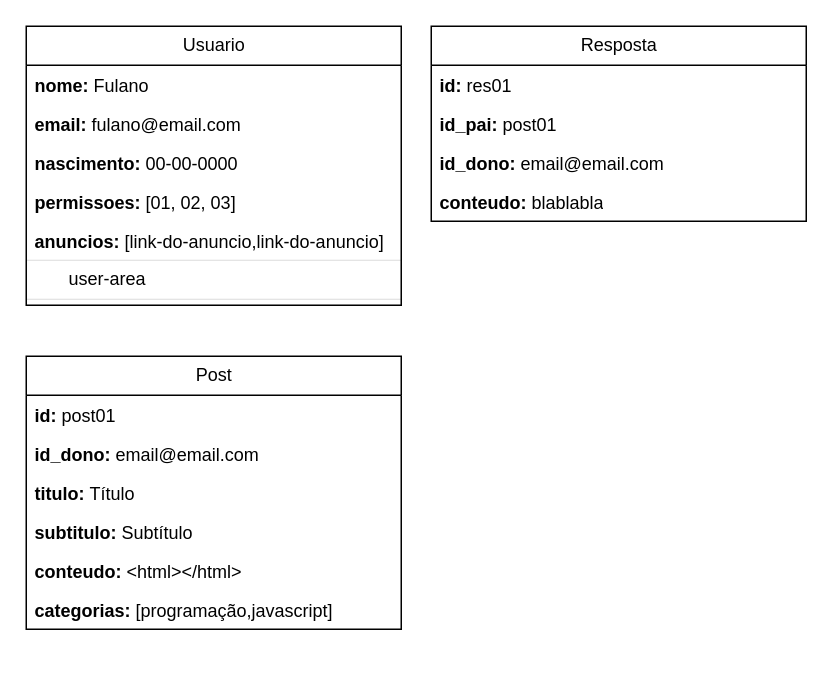
Before: planejamento/modelagem.drawio in DeivRicardoSS/projeto-blog-vscode, a draw.io diagram. Source tidied: cells renumbered, new cells numbered last; positions are measured from the earlier drawing's top-left corner, leaving out a move shared by most shapes. Both pictures are drawn from the tidied source at 150%, with x=0, y=0 at pixel (26, 26).
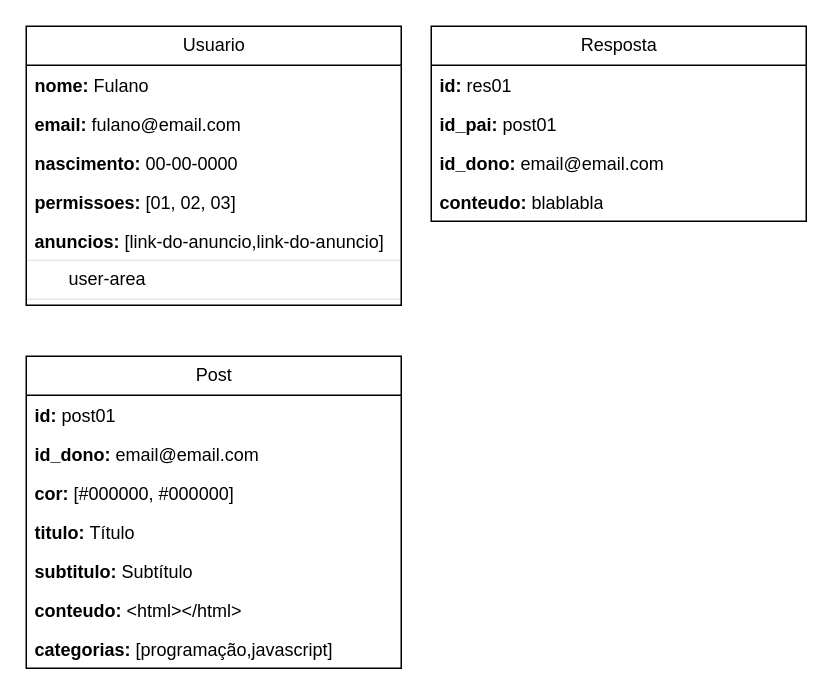
Above is the later version.

Change to the diagram source:
```diff
@@
     <mxCell id="9" value="Post" style="swimlane;fontStyle=0;horizontal=1;startSize=26;fillColor=none;html=1;" parent="1" vertex="1">
-      <mxGeometry y="220" width="250" height="182" as="geometry" />
+      <mxGeometry y="220" width="250" height="208" as="geometry" />
     </mxCell>
@@
+    <mxCell id="21" value="&lt;b&gt;cor:&lt;/b&gt;&amp;nbsp;[#000000, #000000]" style="text;strokeColor=none;fillColor=none;align=left;verticalAlign=top;spacingLeft=4;spacingRight=4;overflow=hidden;whiteSpace=wrap;html=1;" parent="9" vertex="1">
+      <mxGeometry y="78" width="250" height="26" as="geometry" />
+    </mxCell>
     <mxCell id="12" value="&lt;b&gt;titulo:&lt;/b&gt;&amp;nbsp;Título" style="text;strokeColor=none;fillColor=none;align=left;verticalAlign=top;spacingLeft=4;spacingRight=4;overflow=hidden;whiteSpace=wrap;html=1;" parent="9" vertex="1">
-      <mxGeometry y="78" width="250" height="26" as="geometry" />
+      <mxGeometry y="104" width="250" height="26" as="geometry" />
     </mxCell>
     <mxCell id="13" value="&lt;b&gt;subtitulo:&lt;/b&gt;&amp;nbsp;Subtítulo" style="text;strokeColor=none;fillColor=none;align=left;verticalAlign=top;spacingLeft=4;spacingRight=4;overflow=hidden;whiteSpace=wrap;html=1;" parent="9" vertex="1">
-      <mxGeometry y="104" width="250" height="26" as="geometry" />
+      <mxGeometry y="130" width="250" height="26" as="geometry" />
     </mxCell>
     <mxCell id="14" value="&lt;b&gt;conteudo:&lt;/b&gt;&amp;nbsp;&amp;lt;html&amp;gt;&amp;lt;/html&amp;gt;" style="text;strokeColor=none;fillColor=none;align=left;verticalAlign=top;spacingLeft=4;spacingRight=4;overflow=hidden;whiteSpace=wrap;html=1;" parent="9" vertex="1">
-      <mxGeometry y="130" width="250" height="26" as="geometry" />
+      <mxGeometry y="156" width="250" height="26" as="geometry" />
     </mxCell>
     <mxCell id="15" value="&lt;b&gt;categorias: &lt;/b&gt;[programação,javascript]" style="text;strokeColor=none;fillColor=none;align=left;verticalAlign=top;spacingLeft=4;spacingRight=4;overflow=hidden;whiteSpace=wrap;html=1;" parent="9" vertex="1">
-      <mxGeometry y="156" width="250" height="26" as="geometry" />
+      <mxGeometry y="182" width="250" height="26" as="geometry" />
     </mxCell>
```
